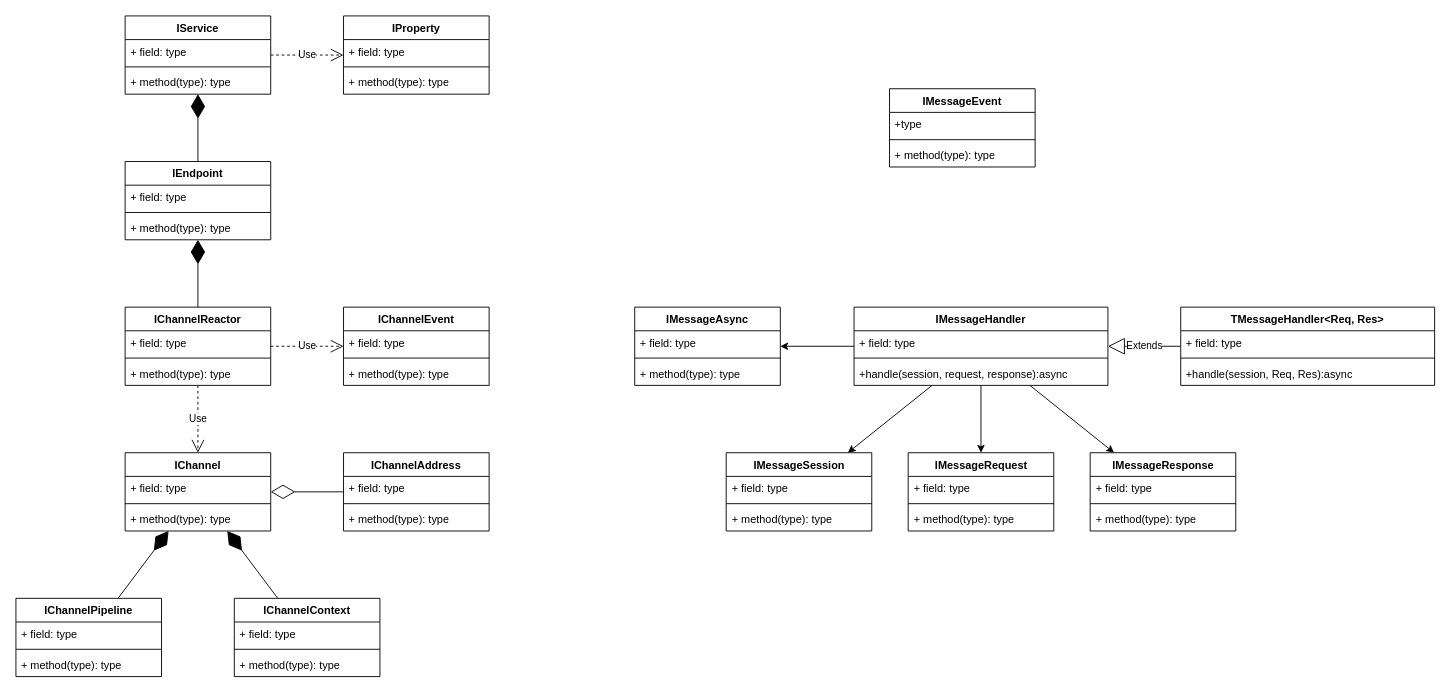
Before: page "功能结构" (1 of 2) of Document/OpenMS.drawio in ChivenZhang/OpenMS, a draw.io diagram. Source tidied: cells renumbered, new cells numbered last; positions are measured from the earlier drawing's top-left corner, leaving out a move shared by most shapes. Both pictures are drawn from the tidied source at 91%, with x=0, y=0 at pixel (15, 15).
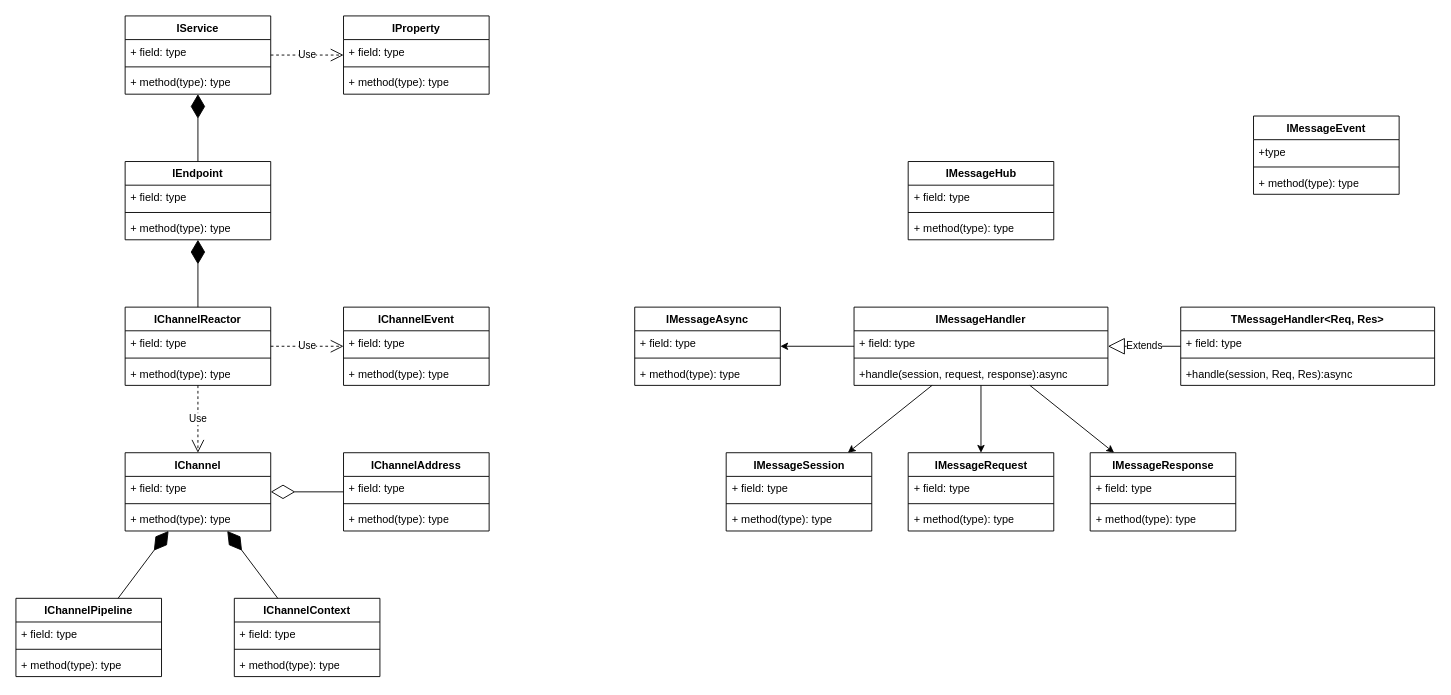
The same page after the edit.

The edit, as a diff of the source:
```diff
@@
     <mxCell id="46" value="IMessageEvent" style="swimlane;fontStyle=1;align=center;verticalAlign=top;horizontal=1;startSize=26;whiteSpace=wrap;html=1;" parent="1" vertex="1">
-      <mxGeometry x="960" y="80" width="160" height="86" as="geometry" />
+      <mxGeometry x="1360" y="110" width="160" height="86" as="geometry" />
     </mxCell>
@@
+    <mxCell id="79" value="IMessageHub" style="swimlane;fontStyle=1;align=center;verticalAlign=top;horizontal=1;startSize=26;whiteSpace=wrap;html=1;" parent="1" vertex="1">
+      <mxGeometry x="980.5" y="160" width="160" height="86" as="geometry" />
+    </mxCell>
+    <mxCell id="80" value="+ field: type" style="text;strokeColor=none;fillColor=none;align=left;verticalAlign=top;spacingLeft=4;spacingRight=4;overflow=hidden;whiteSpace=wrap;html=1;" parent="79" vertex="1">
+      <mxGeometry y="26" width="160" height="26" as="geometry" />
+    </mxCell>
+    <mxCell id="81" style="line;strokeWidth=1;fillColor=none;align=left;verticalAlign=middle;spacingTop=-1;spacingLeft=3;spacingRight=3;labelPosition=right;strokeColor=inherit;" parent="79" vertex="1">
+      <mxGeometry y="52" width="160" height="8" as="geometry" />
+    </mxCell>
+    <mxCell id="82" value="+ method(type): type" style="text;strokeColor=none;fillColor=none;align=left;verticalAlign=top;spacingLeft=4;spacingRight=4;overflow=hidden;whiteSpace=wrap;html=1;" parent="79" vertex="1">
+      <mxGeometry y="60" width="160" height="26" as="geometry" />
+    </mxCell>
```
